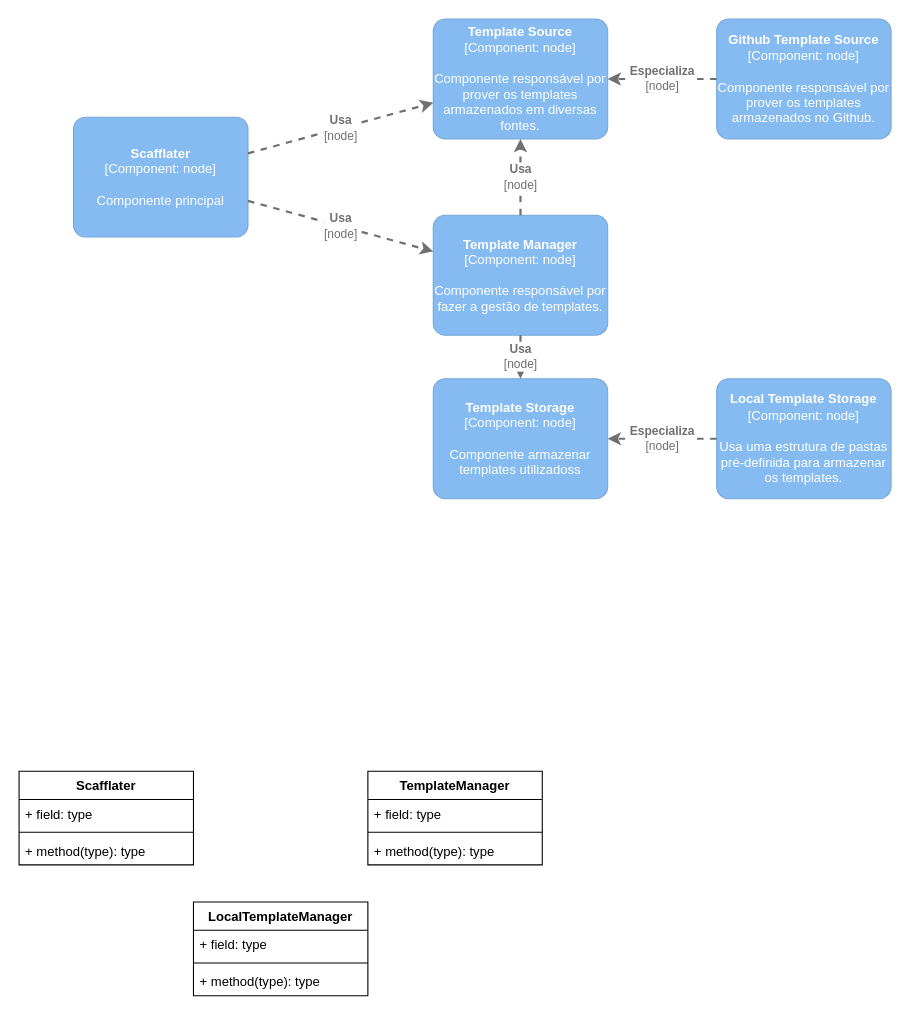
Before: docs/Diagrams.drawio in scafflater/scafflater, a draw.io diagram. Source tidied: cells renumbered, new cells numbered last; positions are measured from the earlier drawing's top-left corner, leaving out a move shared by most shapes. Both pictures are drawn from the tidied source at 109%, with x=0, y=0 at pixel (19, 19).
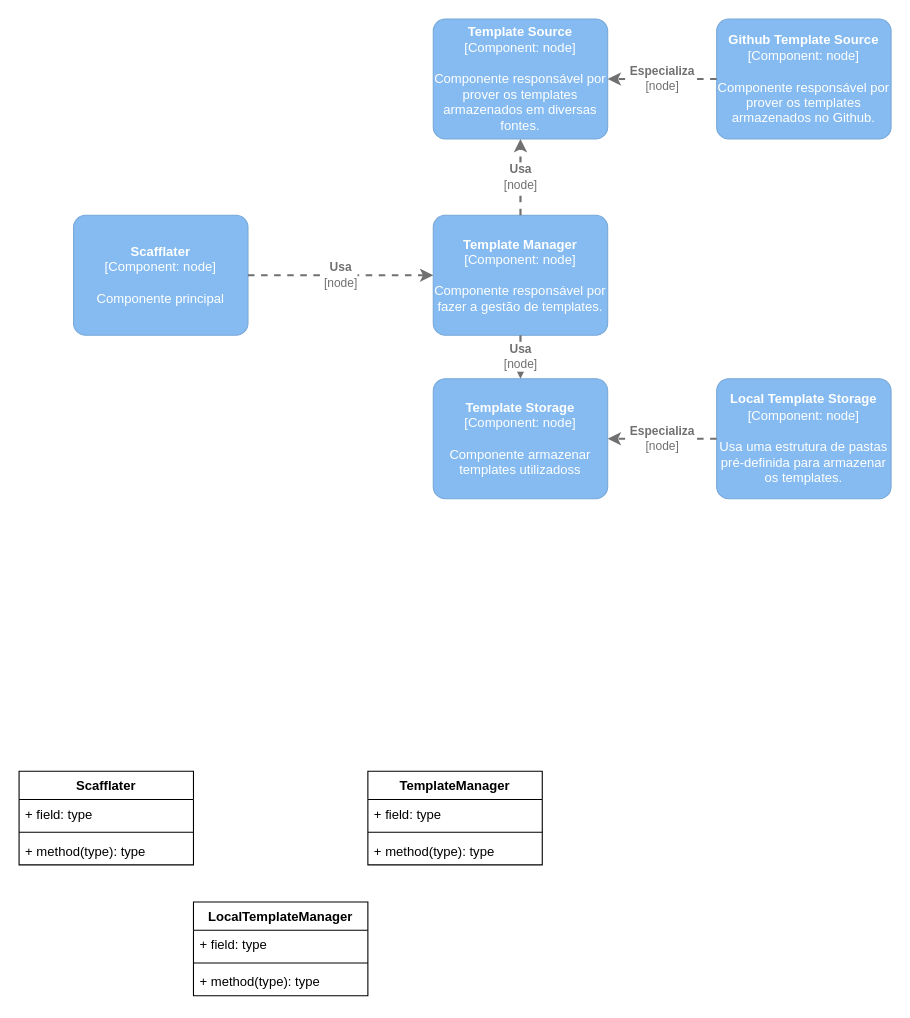
After the change.

Unchanged cells that the change refers to:
```xml
<object id="19" label="&lt;b&gt;%c4Name%&lt;/b&gt;&lt;div&gt;[%c4Type%: %c4Technology%]&lt;/div&gt;&lt;br&gt;&lt;div&gt;%c4Description%&lt;/div&gt;" c4Description="Componente responsável por prover os templates armazenados em diversas fontes." c4Name="Template Source" c4Technology="node" c4Type="Component" placeholders="1">
  <mxCell style="rounded=1;whiteSpace=wrap;html=1;labelBackgroundColor=none;fillColor=#85BBF0;fontColor=#ffffff;align=center;arcSize=10;strokeColor=#78A8D8;metaData={&quot;c4Type&quot;:{&quot;editable&quot;:false}};points=[[0.25,0,0],[0.5,0,0],[0.75,0,0],[1,0.25,0],[1,0.5,0],[1,0.75,0],[0.75,1,0],[0.5,1,0],[0.25,1,0],[0,0.75,0],[0,0.5,0],[0,0.25,0]];" parent="1" vertex="1">
    <mxGeometry x="380" width="160" height="110" as="geometry" />
  </mxCell>
</object>
```

The edit, as a diff of the source:
```diff
@@
     <object id="2" label="&lt;b&gt;%c4Name%&lt;/b&gt;&lt;div&gt;[%c4Type%: %c4Technology%]&lt;/div&gt;&lt;br&gt;&lt;div&gt;%c4Description%&lt;/div&gt;" c4Description="Componente principal" c4Name="Scafflater" c4Technology="node" c4Type="Component" placeholders="1">
       <mxCell style="rounded=1;whiteSpace=wrap;html=1;labelBackgroundColor=none;fillColor=#85BBF0;fontColor=#ffffff;align=center;arcSize=10;strokeColor=#78A8D8;metaData={&quot;c4Type&quot;:{&quot;editable&quot;:false}};points=[[0.25,0,0],[0.5,0,0],[0.75,0,0],[1,0.25,0],[1,0.5,0],[1,0.75,0],[0.75,1,0],[0.5,1,0],[0.25,1,0],[0,0.75,0],[0,0.5,0],[0,0.25,0]];" parent="1" vertex="1">
-        <mxGeometry x="50" y="90" width="160" height="110" as="geometry" />
+        <mxGeometry x="50" y="180" width="160" height="110" as="geometry" />
       </mxCell>
     </object>
@@
-    <object id="23" label="&lt;div style=&quot;text-align: left&quot;&gt;&lt;div style=&quot;text-align: center&quot;&gt;&lt;b&gt;%c4Description%&lt;/b&gt;&lt;/div&gt;&lt;div style=&quot;text-align: center&quot;&gt;[%c4Technology%]&lt;/div&gt;&lt;/div&gt;" c4Description="Usa" c4Technology="node" placeholders="1">
-      <mxCell style="edgeStyle=none;rounded=0;html=1;jettySize=auto;strokeColor=#707070;strokeWidth=2;fontColor=#707070;jumpStyle=none;dashed=1;metaData={&quot;c4Type&quot;:{&quot;editable&quot;:false}};" parent="1" edge="1" source="2" target="19">
-        <mxGeometry relative="1" as="geometry" />
-      </mxCell>
-    </object>
```
